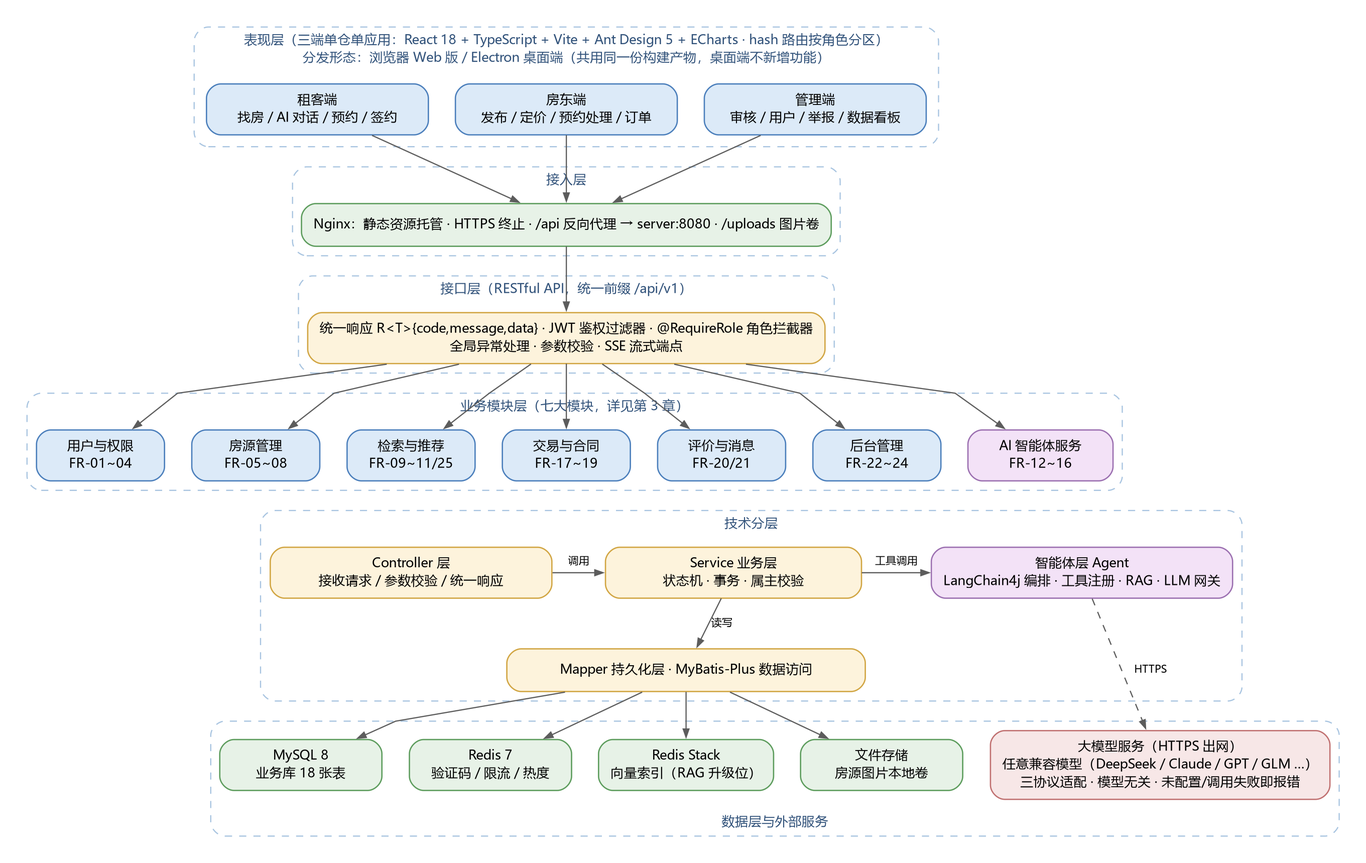
Before: doc/03.概要设计/assets/figures/fig_2_1_system.png, a diagram exported from Graphviz (chuanshanjia666/RentAgent). Its source is kept beside it as doc/03.概要设计/assets/figures/fig_2_1_system.dot.
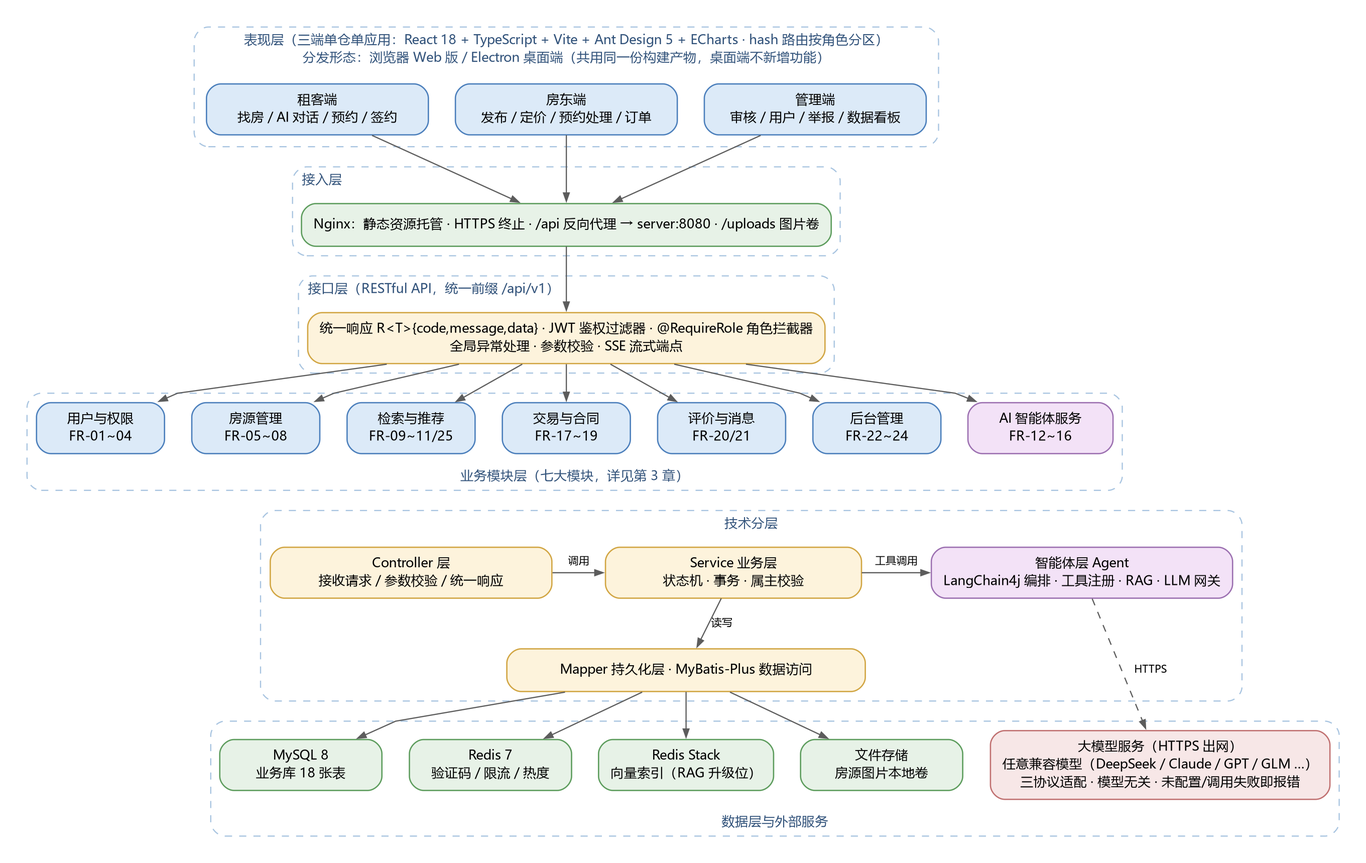
After the commit.

What changed in the source:
```diff
@@ -18,21 +18,21 @@
   }
 
   subgraph cluster_gate {
-    label="接入层"; fontsize=11; fontcolor="#31527a"; style="rounded,dashed";
+    label="接入层"; fontsize=11; fontcolor="#31527a"; labeljust="l"; style="rounded,dashed";
     color="#a8c4e0"; margin=8;
     ng [label="Nginx：静态资源托管 · HTTPS 终止 · /api 反向代理 → server:8080 · /uploads 图片卷",
         fillcolor="#e7f2e7", color="#5c9c5c", width=5.6];
   }
 
   subgraph cluster_api {
-    label="接口层（RESTful API，统一前缀 /api/v1）"; fontsize=11; fontcolor="#31527a";
+    label="接口层（RESTful API，统一前缀 /api/v1）"; fontsize=11; fontcolor="#31527a"; labeljust="l";
     style="rounded,dashed"; color="#a8c4e0"; margin=8;
     api [label="统一响应 R&lt;T&gt;{code,message,data} · JWT 鉴权过滤器 · @RequireRole 角色拦截器\n全局异常处理 · 参数校验 · SSE 流式端点",
          fillcolor="#fdf3dc", color="#d1a542", width=5.6];
   }
 
   subgraph cluster_biz {
-    label="业务模块层（七大模块，详见第 3 章）"; fontsize=11; fontcolor="#31527a";
+    label="业务模块层（七大模块，详见第 3 章）"; fontsize=11; fontcolor="#31527a"; labelloc="b";
     style="rounded,dashed"; color="#a8c4e0"; margin=8;
     m1 [label="用户与权限\nFR-01~04", fillcolor="#dceaf8", width=1.5];
     m2 [label="房源管理\nFR-05~08", fillcolor="#dceaf8", width=1.5];
```
